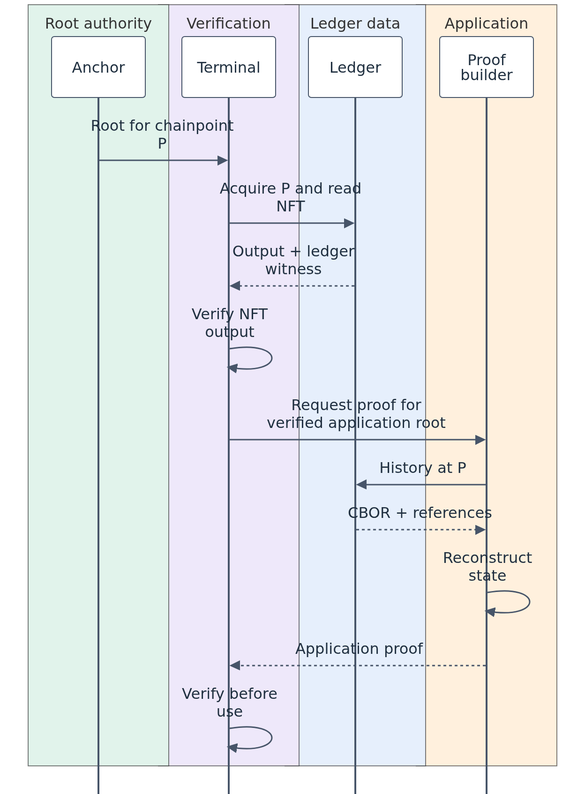
lambdasistemi/lockness keeps this Mermaid diagram as docs/diagrams/proof-composition.png. Above is the earlier version. Its source is kept beside it as docs/diagrams/proof-composition.mmd.
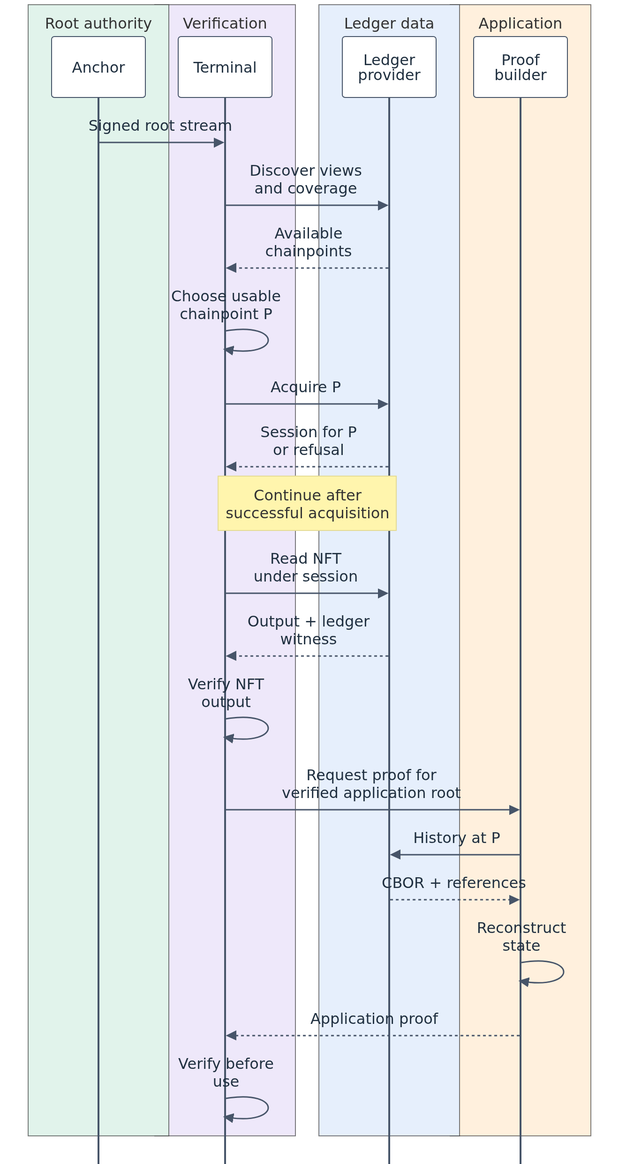
The same file after the commit.

Diff of the diagram source:
```diff
@@ -28,18 +28,24 @@
       participant T as Terminal
     end
     box rgb(230,239,252) Ledger data
-      participant L as Ledger
+      participant L as Ledger provider
     end
     box rgb(255,240,221) Application
-      participant P as Proof builder
+      participant B as Proof builder
     end
-    A->>T: Root for chainpoint P
-    T->>L: Acquire P and read NFT
+    A->>T: Signed root stream
+    T->>L: Discover views<br/>and coverage
+    L-->>T: Available<br/>chainpoints
+    T->>T: Choose usable<br/>chainpoint P
+    T->>L: Acquire P
+    L-->>T: Session for P<br/>or refusal
+    Note over T,L: Continue after<br/>successful acquisition
+    T->>L: Read NFT<br/>under session
     L-->>T: Output + ledger witness
     T->>T: Verify NFT output
-    T->>P: Request proof for<br/>verified application root
-    P->>L: History at P
-    L-->>P: CBOR + references
-    P->>P: Reconstruct state
-    P-->>T: Application proof
+    T->>B: Request proof for<br/>verified application root
+    B->>L: History at P
+    L-->>B: CBOR + references
+    B->>B: Reconstruct state
+    B-->>T: Application proof
     T->>T: Verify before use
```
